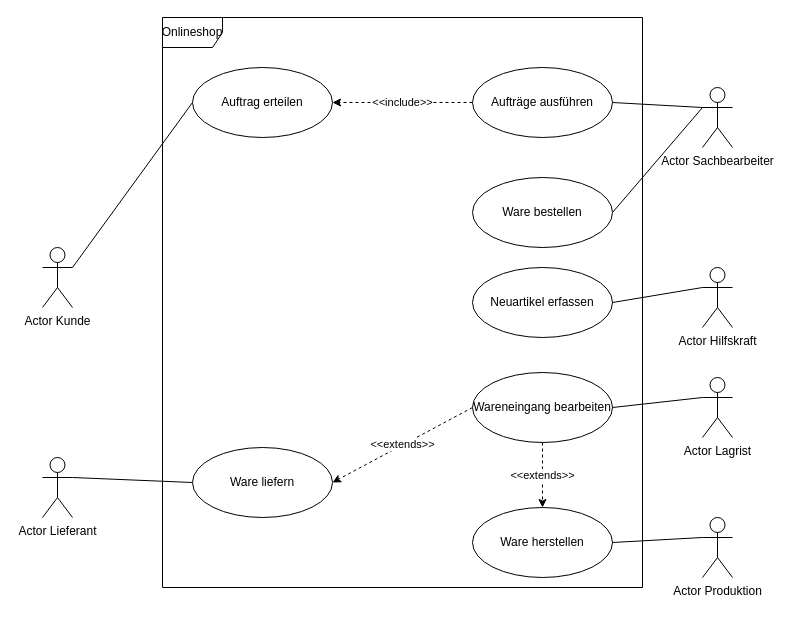
Before: UseCaseDiagram/Onlineshop Aufgabe 2.drawio in TheRealRango/technikerschule, a draw.io diagram. Source tidied: cells renumbered, new cells numbered last; positions are measured from the earlier drawing's top-left corner, leaving out a move shared by most shapes. Both pictures are drawn from the tidied source at 100%, with x=0, y=0 at pixel (42, 17).
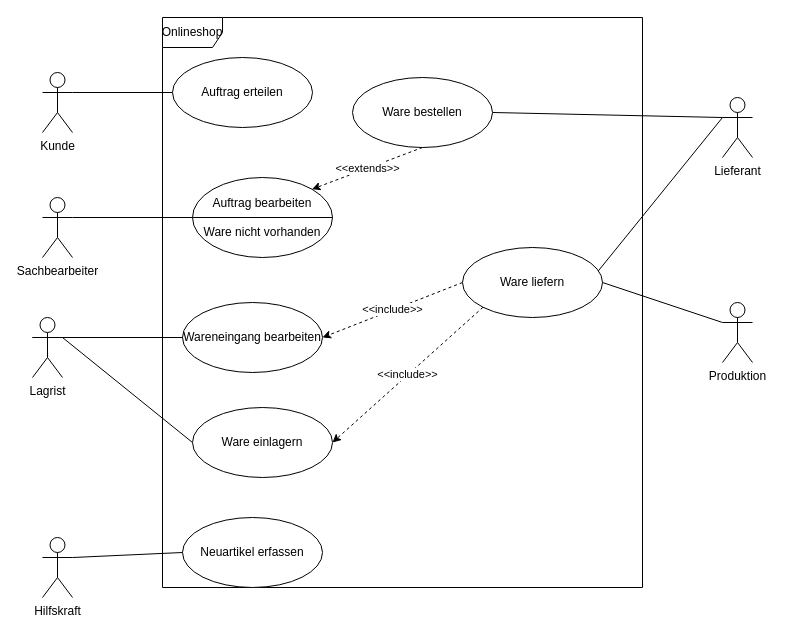
Above is the later version.

Commit message (it also covers changes not shown here):
added UseCaseDiagrams PAtientenverwaltung & Smarttoys

The edit, as a diff of the source:
```diff
@@
-    <mxCell id="4" value="Actor Kunde" style="shape=umlActor;verticalLabelPosition=bottom;verticalAlign=top;html=1;" parent="1" vertex="1">
-      <mxGeometry y="230" width="30" height="60" as="geometry" />
+    <mxCell id="4" value="Kunde" style="shape=umlActor;verticalLabelPosition=bottom;verticalAlign=top;html=1;" parent="1" vertex="1">
+      <mxGeometry y="55" width="30" height="60" as="geometry" />
     </mxCell>
-    <mxCell id="5" style="edgeStyle=none;rounded=0;jettySize=auto;html=1;exitX=0;exitY=0.3333333333333333;exitDx=0;exitDy=0;exitPerimeter=0;entryX=1;entryY=0.5;entryDx=0;entryDy=0;endArrow=none;endFill=0;" parent="1" edge="1" source="7" target="10">
-      <mxGeometry relative="1" as="geometry" />
-    </mxCell>
-    <mxCell id="6" style="edgeStyle=none;rounded=0;jettySize=auto;html=1;exitX=0;exitY=0.3333333333333333;exitDx=0;exitDy=0;exitPerimeter=0;entryX=1;entryY=0.5;entryDx=0;entryDy=0;endArrow=none;endFill=0;" parent="1" edge="1" source="7" target="22">
-      <mxGeometry relative="1" as="geometry" />
-    </mxCell>
+    <mxCell id="26" style="edgeStyle=none;rounded=0;jettySize=auto;html=1;exitX=1;exitY=0.3333333333333333;exitDx=0;exitDy=0;exitPerimeter=0;entryX=0;entryY=0.5;entryDx=0;entryDy=0;endArrow=none;endFill=0;" parent="1" edge="1" source="7" target="33">
+      <mxGeometry relative="1" as="geometry" />
+    </mxCell>
-    <mxCell id="7" value="Actor Sachbearbeiter" style="shape=umlActor;verticalLabelPosition=bottom;verticalAlign=top;html=1;" parent="1" vertex="1">
-      <mxGeometry x="660" y="70" width="30" height="60" as="geometry" />
+    <mxCell id="7" value="Sachbearbeiter" style="shape=umlActor;verticalLabelPosition=bottom;verticalAlign=top;html=1;" parent="1" vertex="1">
+      <mxGeometry y="180" width="30" height="60" as="geometry" />
     </mxCell>
     <mxCell id="8" value="Auftrag erteilen" style="ellipse;whiteSpace=wrap;html=1;" parent="1" vertex="1">
-      <mxGeometry x="150" y="50" width="140" height="70" as="geometry" />
+      <mxGeometry x="130" y="40" width="140" height="70" as="geometry" />
     </mxCell>
-    <mxCell id="9" value="&amp;lt;&amp;lt;include&amp;gt;&amp;gt;" style="edgeStyle=none;rounded=0;jettySize=auto;html=1;exitX=0;exitY=0.5;exitDx=0;exitDy=0;entryX=1;entryY=0.5;entryDx=0;entryDy=0;dashed=1;endArrow=classic;endFill=1;" parent="1" edge="1" source="10" target="8">
-      <mxGeometry relative="1" as="geometry" />
-    </mxCell>
-    <mxCell id="10" value="Aufträge ausführen" style="ellipse;whiteSpace=wrap;html=1;" parent="1" vertex="1">
-      <mxGeometry x="430" y="50" width="140" height="70" as="geometry" />
-    </mxCell>
     <mxCell id="11" value="Neuartikel erfassen" style="ellipse;whiteSpace=wrap;html=1;" parent="1" vertex="1">
-      <mxGeometry x="430" y="250" width="140" height="70" as="geometry" />
+      <mxGeometry x="140" y="500" width="140" height="70" as="geometry" />
     </mxCell>
-    <mxCell id="12" style="edgeStyle=none;rounded=0;jettySize=auto;html=1;exitX=0;exitY=0.3333333333333333;exitDx=0;exitDy=0;exitPerimeter=0;entryX=1;entryY=0.5;entryDx=0;entryDy=0;endArrow=none;endFill=0;" parent="1" edge="1" source="13" target="11">
+    <mxCell id="12" style="edgeStyle=none;rounded=0;jettySize=auto;html=1;exitX=1;exitY=0.3333333333333333;exitDx=0;exitDy=0;exitPerimeter=0;entryX=0;entryY=0.5;entryDx=0;entryDy=0;endArrow=none;endFill=0;" parent="1" edge="1" source="13" target="11">
       <mxGeometry relative="1" as="geometry" />
     </mxCell>
-    <mxCell id="13" value="Actor Hilfskraft" style="shape=umlActor;verticalLabelPosition=bottom;verticalAlign=top;html=1;" parent="1" vertex="1">
-      <mxGeometry x="660" y="250" width="30" height="60" as="geometry" />
+    <mxCell id="13" value="Hilfskraft" style="shape=umlActor;verticalLabelPosition=bottom;verticalAlign=top;html=1;" parent="1" vertex="1">
+      <mxGeometry y="520" width="30" height="60" as="geometry" />
     </mxCell>
-    <mxCell id="14" value="&amp;lt;&amp;lt;extends&amp;gt;&amp;gt;" style="edgeStyle=none;rounded=0;jettySize=auto;html=1;exitX=0.5;exitY=1;exitDx=0;exitDy=0;entryX=0.5;entryY=0;entryDx=0;entryDy=0;endArrow=classic;endFill=1;dashed=1;" parent="1" edge="1" source="16" target="23">
-      <mxGeometry relative="1" as="geometry" />
-    </mxCell>
-    <mxCell id="15" value="&amp;lt;&amp;lt;extends&amp;gt;&amp;gt;" style="edgeStyle=none;rounded=0;jettySize=auto;html=1;exitX=0;exitY=0.5;exitDx=0;exitDy=0;entryX=1;entryY=0.5;entryDx=0;entryDy=0;dashed=1;endArrow=classic;endFill=1;" parent="1" edge="1" source="16" target="21">
-      <mxGeometry relative="1" as="geometry" />
-    </mxCell>
     <mxCell id="16" value="Wareneingang bearbeiten" style="ellipse;whiteSpace=wrap;html=1;" parent="1" vertex="1">
-      <mxGeometry x="430" y="355" width="140" height="70" as="geometry" />
+      <mxGeometry x="140" y="285" width="140" height="70" as="geometry" />
     </mxCell>
-    <mxCell id="17" style="edgeStyle=none;rounded=0;jettySize=auto;html=1;exitX=0;exitY=0.3333333333333333;exitDx=0;exitDy=0;exitPerimeter=0;entryX=1;entryY=0.5;entryDx=0;entryDy=0;endArrow=none;endFill=0;" parent="1" edge="1" source="18" target="16">
+    <mxCell id="17" style="edgeStyle=none;rounded=0;jettySize=auto;html=1;exitX=0;exitY=0.3333333333333333;exitDx=0;exitDy=0;exitPerimeter=0;entryX=0;entryY=0.5;entryDx=0;entryDy=0;endArrow=none;endFill=0;" parent="1" edge="1" source="18" target="16">
       <mxGeometry relative="1" as="geometry" />
     </mxCell>
+    <mxCell id="27" style="edgeStyle=none;rounded=0;jettySize=auto;html=1;exitX=1;exitY=0.3333333333333333;exitDx=0;exitDy=0;exitPerimeter=0;entryX=0;entryY=0.5;entryDx=0;entryDy=0;endArrow=none;endFill=0;" parent="1" edge="1" source="18" target="34">
+      <mxGeometry relative="1" as="geometry" />
+    </mxCell>
-    <mxCell id="18" value="Actor Lagrist" style="shape=umlActor;verticalLabelPosition=bottom;verticalAlign=top;html=1;" parent="1" vertex="1">
-      <mxGeometry x="660" y="360" width="30" height="60" as="geometry" />
+    <mxCell id="18" value="Lagrist" style="shape=umlActor;verticalLabelPosition=bottom;verticalAlign=top;html=1;" parent="1" vertex="1">
+      <mxGeometry x="-10" y="300" width="30" height="60" as="geometry" />
     </mxCell>
-    <mxCell id="19" style="edgeStyle=none;rounded=0;jettySize=auto;html=1;exitX=1;exitY=0.3333333333333333;exitDx=0;exitDy=0;exitPerimeter=0;entryX=0;entryY=0.5;entryDx=0;entryDy=0;endArrow=none;endFill=0;" parent="1" edge="1" source="20" target="21">
+    <mxCell id="19" style="edgeStyle=none;rounded=0;jettySize=auto;html=1;exitX=0;exitY=0.3333333333333333;exitDx=0;exitDy=0;exitPerimeter=0;entryX=0.969;entryY=0.337;entryDx=0;entryDy=0;entryPerimeter=0;endArrow=none;endFill=0;" parent="1" edge="1" source="20" target="21">
       <mxGeometry relative="1" as="geometry" />
     </mxCell>
-    <mxCell id="20" value="Actor Lieferant" style="shape=umlActor;verticalLabelPosition=bottom;verticalAlign=top;html=1;" parent="1" vertex="1">
-      <mxGeometry y="440" width="30" height="60" as="geometry" />
+    <mxCell id="20" value="Lieferant" style="shape=umlActor;verticalLabelPosition=bottom;verticalAlign=top;html=1;" parent="1" vertex="1">
+      <mxGeometry x="680" y="80" width="30" height="60" as="geometry" />
     </mxCell>
+    <mxCell id="28" value="&amp;lt;&amp;lt;include&amp;gt;&amp;gt;" style="edgeStyle=none;rounded=0;jettySize=auto;html=1;exitX=0;exitY=0.5;exitDx=0;exitDy=0;entryX=1;entryY=0.5;entryDx=0;entryDy=0;endArrow=classic;endFill=1;dashed=1;" parent="1" edge="1" source="21" target="16">
+      <mxGeometry relative="1" as="geometry" />
+    </mxCell>
+    <mxCell id="29" value="&amp;lt;&amp;lt;include&amp;gt;&amp;gt;" style="edgeStyle=none;rounded=0;jettySize=auto;html=1;exitX=0;exitY=1;exitDx=0;exitDy=0;entryX=1;entryY=0.5;entryDx=0;entryDy=0;dashed=1;endArrow=classic;endFill=1;" parent="1" edge="1" source="21" target="34">
+      <mxGeometry relative="1" as="geometry" />
+    </mxCell>
     <mxCell id="21" value="Ware liefern" style="ellipse;whiteSpace=wrap;html=1;" parent="1" vertex="1">
-      <mxGeometry x="150" y="430" width="140" height="70" as="geometry" />
+      <mxGeometry x="420" y="230" width="140" height="70" as="geometry" />
     </mxCell>
+    <mxCell id="30" value="&amp;lt;&amp;lt;extends&amp;gt;&amp;gt;" style="edgeStyle=none;rounded=0;jettySize=auto;html=1;exitX=0.5;exitY=1;exitDx=0;exitDy=0;entryX=1;entryY=0;entryDx=0;entryDy=0;endArrow=classic;endFill=1;dashed=1;" parent="1" edge="1" source="22" target="33">
+      <mxGeometry relative="1" as="geometry" />
+    </mxCell>
+    <mxCell id="31" style="edgeStyle=none;rounded=0;jettySize=auto;html=1;exitX=1;exitY=0.5;exitDx=0;exitDy=0;entryX=0;entryY=0.3333333333333333;entryDx=0;entryDy=0;entryPerimeter=0;endArrow=none;endFill=0;" parent="1" edge="1" source="22" target="20">
+      <mxGeometry relative="1" as="geometry" />
+    </mxCell>
     <mxCell id="22" value="Ware bestellen" style="ellipse;whiteSpace=wrap;html=1;" parent="1" vertex="1">
-      <mxGeometry x="430" y="160" width="140" height="70" as="geometry" />
+      <mxGeometry x="310" y="60" width="140" height="70" as="geometry" />
     </mxCell>
-    <mxCell id="23" value="Ware herstellen" style="ellipse;whiteSpace=wrap;html=1;" parent="1" vertex="1">
-      <mxGeometry x="430" y="490" width="140" height="70" as="geometry" />
-    </mxCell>
-    <mxCell id="24" style="edgeStyle=none;rounded=0;jettySize=auto;html=1;exitX=0;exitY=0.3333333333333333;exitDx=0;exitDy=0;exitPerimeter=0;entryX=1;entryY=0.5;entryDx=0;entryDy=0;endArrow=none;endFill=0;" parent="1" edge="1" source="25" target="23">
-      <mxGeometry relative="1" as="geometry" />
-    </mxCell>
+    <mxCell id="32" style="edgeStyle=none;rounded=0;jettySize=auto;html=1;exitX=0;exitY=0.3333333333333333;exitDx=0;exitDy=0;exitPerimeter=0;entryX=1;entryY=0.5;entryDx=0;entryDy=0;endArrow=none;endFill=0;" parent="1" edge="1" source="25" target="21">
+      <mxGeometry relative="1" as="geometry" />
+    </mxCell>
-    <mxCell id="25" value="Actor Produktion" style="shape=umlActor;verticalLabelPosition=bottom;verticalAlign=top;html=1;" parent="1" vertex="1">
-      <mxGeometry x="660" y="500" width="30" height="60" as="geometry" />
+    <mxCell id="25" value="Produktion" style="shape=umlActor;verticalLabelPosition=bottom;verticalAlign=top;html=1;" parent="1" vertex="1">
+      <mxGeometry x="680" y="285" width="30" height="60" as="geometry" />
     </mxCell>
+    <mxCell id="33" value="Auftrag bearbeiten&lt;br&gt;&lt;br&gt;Ware nicht vorhanden" style="shape=lineEllipse;perimeter=ellipsePerimeter;whiteSpace=wrap;html=1;backgroundOutline=1;" parent="1" vertex="1">
+      <mxGeometry x="150" y="160" width="140" height="80" as="geometry" />
+    </mxCell>
+    <mxCell id="34" value="Ware einlagern" style="ellipse;whiteSpace=wrap;html=1;" parent="1" vertex="1">
+      <mxGeometry x="150" y="390" width="140" height="70" as="geometry" />
+    </mxCell>
```
